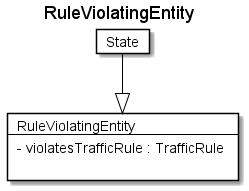
The PlantUML diagram fragments/diagrams/RuleViolatingEntity.png in rtigran/rdf2adoc, before a commit. Source of this version:
```plantuml
@startuml
Title RuleViolatingEntity

Card RuleViolatingEntity #fff [
RuleViolatingEntity
----
- violatesTrafficRule : TrafficRule

]
Card State #fff [
State
]
State --|> RuleViolatingEntity  #000
@enduml
```
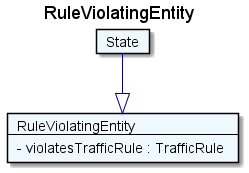
After the change.

Change to the diagram source:
```diff
@@ -1,14 +1,13 @@
 @startuml
 Title RuleViolatingEntity
 
-Card RuleViolatingEntity #fff [
+Card RuleViolatingEntity #F0F8FF [
 RuleViolatingEntity
 ----
 - violatesTrafficRule : TrafficRule
-
 ]
-Card State #fff [
+Card State #F0F8FF [
 State
 ]
-State --|> RuleViolatingEntity  #000
+State --|> RuleViolatingEntity  #00008B
 @enduml
```
